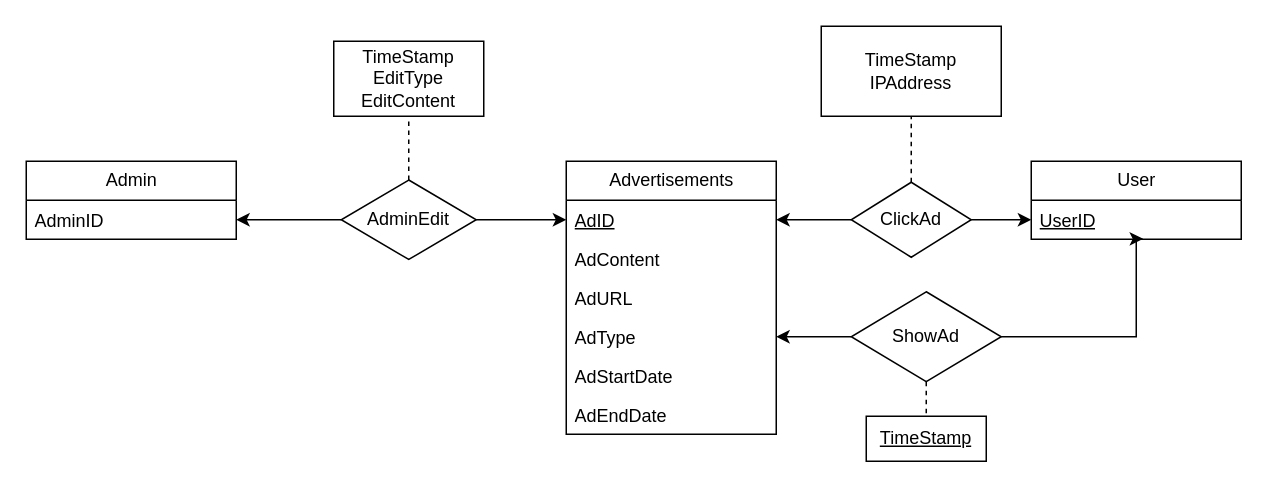
Above: Resource/drawios/hjxGroup/广告模块E-R图.drawio in LucasFrancis23213/DatabaseCourseDesign (draw.io), before the change. Source tidied: cells renumbered, new cells numbered last; positions are measured from the earlier drawing's top-left corner, leaving out a move shared by most shapes. Both pictures are drawn from the tidied source at 150%, with x=0, y=0 at pixel (26, 26).
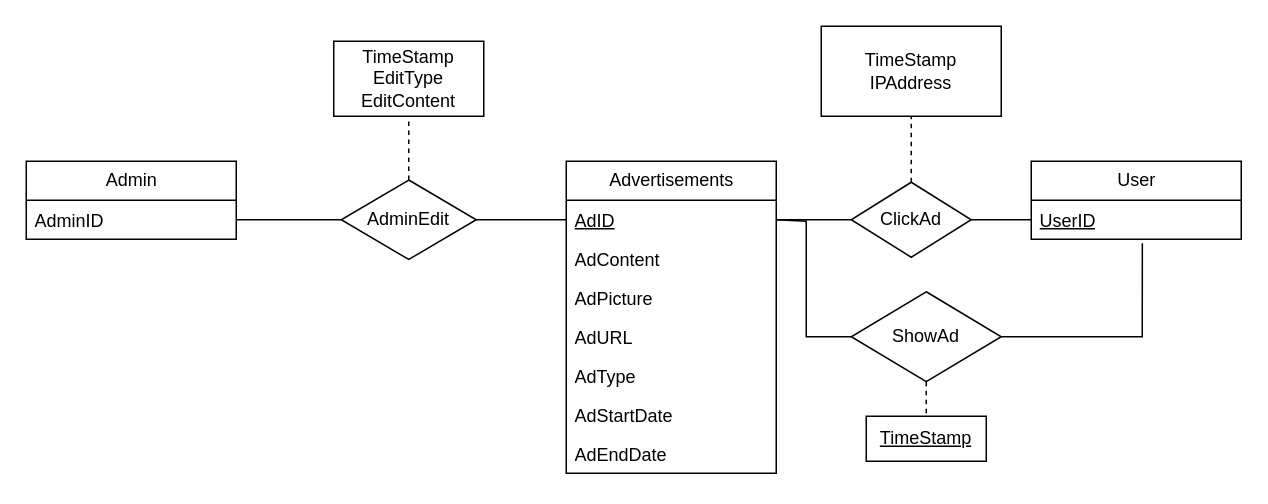
Above is the later version.

Commit message (it also covers changes not shown here):
修改VIP、广告模块E-R图、补充广告信息表缺失属性

Unchanged cells that the change refers to:
```xml
<mxCell id="3" value="&lt;u&gt;AdID&lt;/u&gt;" style="text;strokeColor=none;fillColor=none;align=left;verticalAlign=top;spacingLeft=4;spacingRight=4;overflow=hidden;points=[[0,0.5],[1,0.5]];portConstraint=eastwest;whiteSpace=wrap;html=1;" parent="2" vertex="1">
  <mxGeometry y="26" width="140" height="26" as="geometry" />
</mxCell>
<mxCell id="11" value="ShowAd" style="rhombus;whiteSpace=wrap;html=1;" parent="1" vertex="1">
  <mxGeometry x="550" y="177" width="100" height="60" as="geometry" />
</mxCell>
<mxCell id="15" value="&lt;u&gt;UserID&lt;/u&gt;" style="text;strokeColor=none;fillColor=none;align=left;verticalAlign=top;spacingLeft=4;spacingRight=4;overflow=hidden;points=[[0,0.5],[1,0.5]];portConstraint=eastwest;whiteSpace=wrap;html=1;" parent="14" vertex="1">
  <mxGeometry y="26" width="140" height="26" as="geometry" />
</mxCell>
<mxCell id="18" value="ClickAd" style="rhombus;whiteSpace=wrap;html=1;" parent="1" vertex="1">
  <mxGeometry x="550" y="104" width="80" height="50" as="geometry" />
</mxCell>
<mxCell id="23" value="AdminEdit" style="rhombus;whiteSpace=wrap;html=1;" parent="1" vertex="1">
  <mxGeometry x="210" y="102.5" width="90" height="53" as="geometry" />
</mxCell>
<mxCell id="27" value="AdminID" style="text;strokeColor=none;fillColor=none;align=left;verticalAlign=top;spacingLeft=4;spacingRight=4;overflow=hidden;points=[[0,0.5],[1,0.5]];portConstraint=eastwest;whiteSpace=wrap;html=1;" parent="26" vertex="1">
  <mxGeometry y="26" width="140" height="26" as="geometry" />
</mxCell>
```

Diff of the diagram source:
```diff
@@
     <mxCell id="2" value="Advertisements" style="swimlane;fontStyle=0;horizontal=1;startSize=26;fillColor=none;html=1;" parent="1" vertex="1">
-      <mxGeometry x="360" y="90" width="140" height="182" as="geometry" />
+      <mxGeometry x="360" y="90" width="140" height="208" as="geometry" />
     </mxCell>
@@
+    <mxCell id="28" value="AdPicture" style="text;strokeColor=none;fillColor=none;align=left;verticalAlign=top;spacingLeft=4;spacingRight=4;overflow=hidden;whiteSpace=wrap;html=1;" parent="2" vertex="1">
+      <mxGeometry y="78" width="140" height="26" as="geometry" />
+    </mxCell>
     <mxCell id="5" value="AdURL" style="text;strokeColor=none;fillColor=none;align=left;verticalAlign=top;spacingLeft=4;spacingRight=4;overflow=hidden;whiteSpace=wrap;html=1;" parent="2" vertex="1">
-      <mxGeometry y="78" width="140" height="26" as="geometry" />
+      <mxGeometry y="104" width="140" height="26" as="geometry" />
     </mxCell>
     <mxCell id="6" value="AdType" style="text;strokeColor=none;fillColor=none;align=left;verticalAlign=top;spacingLeft=4;spacingRight=4;overflow=hidden;points=[[0,0.5],[1,0.5]];portConstraint=eastwest;whiteSpace=wrap;html=1;" parent="2" vertex="1">
-      <mxGeometry y="104" width="140" height="26" as="geometry" />
+      <mxGeometry y="130" width="140" height="26" as="geometry" />
     </mxCell>
     <mxCell id="7" value="AdStartDate" style="text;strokeColor=none;fillColor=none;align=left;verticalAlign=top;spacingLeft=4;spacingRight=4;overflow=hidden;whiteSpace=wrap;html=1;" parent="2" vertex="1">
-      <mxGeometry y="130" width="140" height="26" as="geometry" />
+      <mxGeometry y="156" width="140" height="26" as="geometry" />
     </mxCell>
     <mxCell id="8" value="AdEndDate" style="text;strokeColor=none;fillColor=none;align=left;verticalAlign=top;spacingLeft=4;spacingRight=4;overflow=hidden;whiteSpace=wrap;html=1;" parent="2" vertex="1">
-      <mxGeometry y="156" width="140" height="26" as="geometry" />
+      <mxGeometry y="182" width="140" height="26" as="geometry" />
     </mxCell>
-    <mxCell id="9" style="edgeStyle=orthogonalEdgeStyle;rounded=0;jettySize=auto;html=1;exitX=0;exitY=0.5;exitDx=0;exitDy=0;entryX=1;entryY=0.5;entryDx=0;entryDy=0;" parent="1" edge="1" source="11" target="6">
-      <mxGeometry relative="1" as="geometry" />
-    </mxCell>
-    <mxCell id="10" style="edgeStyle=orthogonalEdgeStyle;rounded=0;jettySize=auto;html=1;exitX=1;exitY=0.5;exitDx=0;exitDy=0;entryX=0.533;entryY=0.987;entryDx=0;entryDy=0;entryPerimeter=0;" parent="1" edge="1" source="11" target="15">
-      <mxGeometry relative="1" as="geometry">
-        <Array as="points">
-          <mxPoint x="740" y="207" />
-          <mxPoint x="740" y="142" />
-        </Array>
-      </mxGeometry>
-    </mxCell>
@@
-    <mxCell id="16" style="edgeStyle=orthogonalEdgeStyle;rounded=0;jettySize=auto;html=1;exitX=0;exitY=0.5;exitDx=0;exitDy=0;entryX=1;entryY=0.5;entryDx=0;entryDy=0;" parent="1" edge="1" source="18" target="3">
-      <mxGeometry relative="1" as="geometry" />
-    </mxCell>
-    <mxCell id="17" style="edgeStyle=orthogonalEdgeStyle;rounded=0;jettySize=auto;html=1;exitX=1;exitY=0.5;exitDx=0;exitDy=0;entryX=0;entryY=0.5;entryDx=0;entryDy=0;" parent="1" edge="1" source="18" target="15">
-      <mxGeometry relative="1" as="geometry" />
-    </mxCell>
@@
-    <mxCell id="21" style="edgeStyle=orthogonalEdgeStyle;rounded=0;jettySize=auto;html=1;exitX=1;exitY=0.5;exitDx=0;exitDy=0;entryX=0;entryY=0.5;entryDx=0;entryDy=0;" parent="1" edge="1" source="23" target="3">
-      <mxGeometry relative="1" as="geometry" />
-    </mxCell>
-    <mxCell id="22" style="edgeStyle=orthogonalEdgeStyle;rounded=0;jettySize=auto;html=1;exitX=0;exitY=0.5;exitDx=0;exitDy=0;entryX=1;entryY=0.5;entryDx=0;entryDy=0;" parent="1" edge="1" source="23" target="27">
-      <mxGeometry relative="1" as="geometry" />
-    </mxCell>
@@
+    <mxCell id="29" style="endArrow=none;html=1;rounded=0;entryX=0;entryY=0.5;entryDx=0;entryDy=0;exitX=1;exitY=0.5;exitDx=0;exitDy=0;" parent="1" edge="1" source="27" target="23">
+      <mxGeometry relative="1" as="geometry" />
+    </mxCell>
+    <mxCell id="21" style="endArrow=none;html=1;rounded=0;entryX=0;entryY=0.5;entryDx=0;entryDy=0;exitX=1;exitY=0.5;exitDx=0;exitDy=0;" parent="1" edge="1" source="23" target="3">
+      <mxGeometry relative="1" as="geometry" />
+    </mxCell>
+    <mxCell id="30" style="endArrow=none;html=1;rounded=0;entryX=0;entryY=0.5;entryDx=0;entryDy=0;exitX=1;exitY=0.5;exitDx=0;exitDy=0;" parent="1" edge="1" source="3" target="18">
+      <mxGeometry relative="1" as="geometry" />
+    </mxCell>
+    <mxCell id="17" style="endArrow=none;html=1;rounded=0;entryX=0;entryY=0.5;entryDx=0;entryDy=0;exitX=1;exitY=0.5;exitDx=0;exitDy=0;" parent="1" edge="1" source="18" target="15">
+      <mxGeometry relative="1" as="geometry" />
+    </mxCell>
+    <mxCell id="10" style="endArrow=none;html=1;rounded=0;entryX=0.529;entryY=1.103;entryDx=0;entryDy=0;entryPerimeter=0;exitX=1;exitY=0.5;exitDx=0;exitDy=0;" parent="1" edge="1" source="11" target="15">
+      <mxGeometry relative="1" as="geometry">
+        <Array as="points">
+          <mxPoint x="744" y="207" />
+        </Array>
+      </mxGeometry>
+    </mxCell>
+    <mxCell id="31" style="endArrow=none;html=1;rounded=0;entryX=0;entryY=0.5;entryDx=0;entryDy=0;exitX=1;exitY=0.5;exitDx=0;exitDy=0;" parent="1" edge="1" source="3" target="11">
+      <mxGeometry relative="1" as="geometry">
+        <Array as="points">
+          <mxPoint x="520" y="130" />
+          <mxPoint x="520" y="207" />
+        </Array>
+      </mxGeometry>
+    </mxCell>
```
